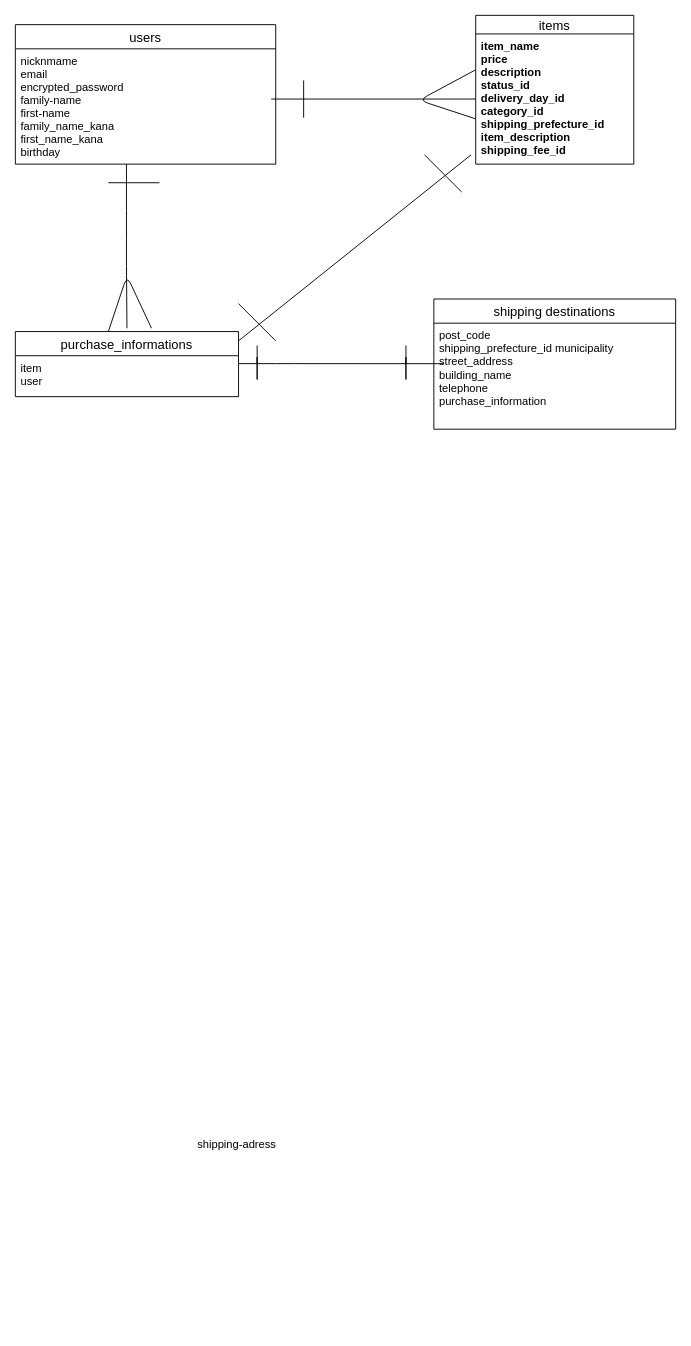
srho1212/furima-41247 keeps this draw.io diagram as ER.dio. Above is the earlier version. Source tidied: cells renumbered, new cells numbered last; positions are measured from the earlier drawing's top-left corner, leaving out a move shared by most shapes. Both pictures are drawn from the tidied source at 93%, with x=0, y=0 at pixel (15, 15).
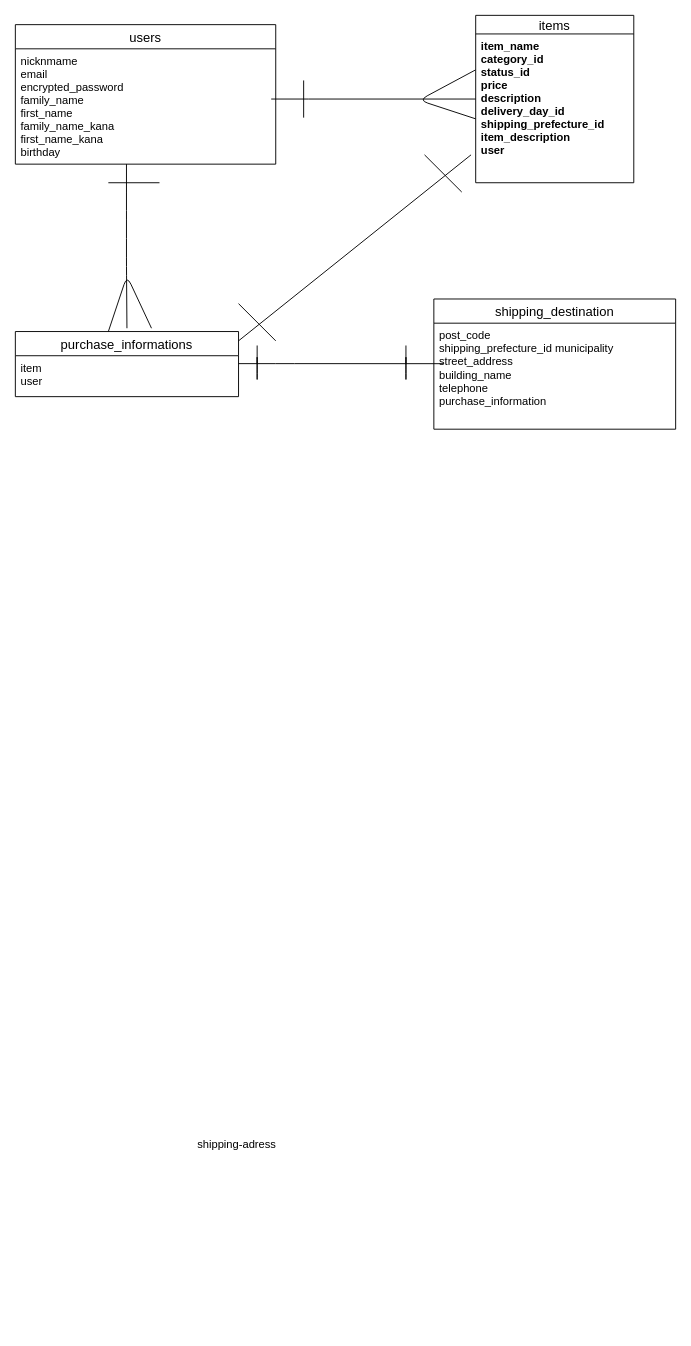
The same diagram, later.

Commit message (it also covers changes not shown here):
データーベース修正6

Unchanged cells that the change refers to:
```xml
<mxCell id="2" value="users" style="swimlane;fontStyle=0;horizontal=1;startSize=26;align=center;fontSize=14;" parent="1" vertex="1">
  <mxGeometry y="10" width="280" height="150" as="geometry" />
</mxCell>
```

Diff of the diagram source:
```diff
@@
-    <mxCell id="3" value="nicknmame&#10;email&#10;encrypted_password&#10;family-name&#10;first-name&#10;family_name_kana&#10;first_name_kana&#10;birthday" style="text;strokeColor=none;fillColor=none;spacingLeft=4;spacingRight=4;overflow=hidden;fontSize=12;" parent="2" vertex="1">
+    <mxCell id="3" value="nicknmame&#10;email&#10;encrypted_password&#10;family_name&#10;first_name&#10;family_name_kana&#10;first_name_kana&#10;birthday" style="text;strokeColor=none;fillColor=none;spacingLeft=4;spacingRight=4;overflow=hidden;fontSize=12;" parent="2" vertex="1">
       <mxGeometry y="26" width="280" height="124" as="geometry" />
     </mxCell>
@@
-    <mxCell id="6" value="shipping destinations" style="swimlane;fontStyle=0;horizontal=1;startSize=26;align=center;fontSize=14;" parent="1" vertex="1">
+    <mxCell id="6" value="shipping_destination" style="swimlane;fontStyle=0;horizontal=1;startSize=26;align=center;fontSize=14;" parent="1" vertex="1">
       <mxGeometry x="450" y="305" width="260" height="140" as="geometry" />
     </mxCell>
@@
     <mxCell id="8" value="items" style="swimlane;fontStyle=0;horizontal=1;startSize=20;align=center;fontSize=14;" parent="1" vertex="1">
-      <mxGeometry x="495" width="170" height="160" as="geometry" />
+      <mxGeometry x="495" width="170" height="180" as="geometry" />
     </mxCell>
-    <mxCell id="9" value="item_name&#10;price&#10;description&#10;status_id&#10;delivery_day_id &#10;category_id&#10;shipping_prefecture_id&#10;item_description &#10;shipping_fee_id&#10;" style="text;strokeColor=none;fillColor=none;spacingLeft=4;spacingRight=4;overflow=hidden;fontSize=12;fontStyle=1;" parent="8" vertex="1">
-      <mxGeometry y="20" width="170" height="140" as="geometry" />
+    <mxCell id="9" value="item_name&#10;category_id&#10;status_id&#10;price&#10;description&#10;delivery_day_id &#10;shipping_prefecture_id&#10;item_description &#10;user&#10;" style="text;strokeColor=none;fillColor=none;spacingLeft=4;spacingRight=4;overflow=hidden;fontSize=12;fontStyle=1;" parent="8" vertex="1">
+      <mxGeometry y="20" width="170" height="160" as="geometry" />
     </mxCell>
```
